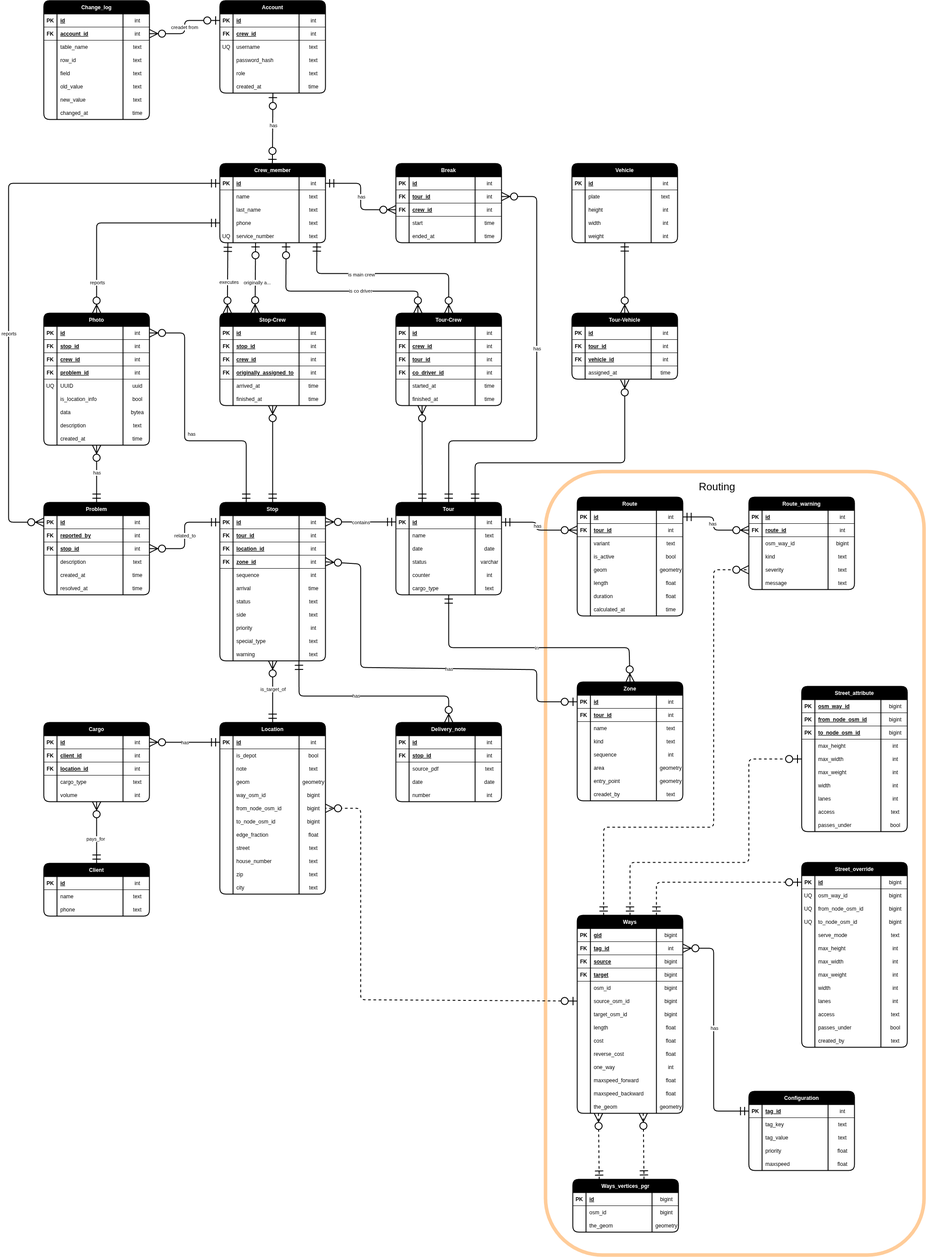
Before: docs/database/erd.drawio.png, a diagram exported from draw.io (gabrielbindi/VoBi-Tour). Source tidied: cells renumbered, new cells last; positions are measured from the earlier drawing's top-left corner, leaving out a move shared by most shapes.
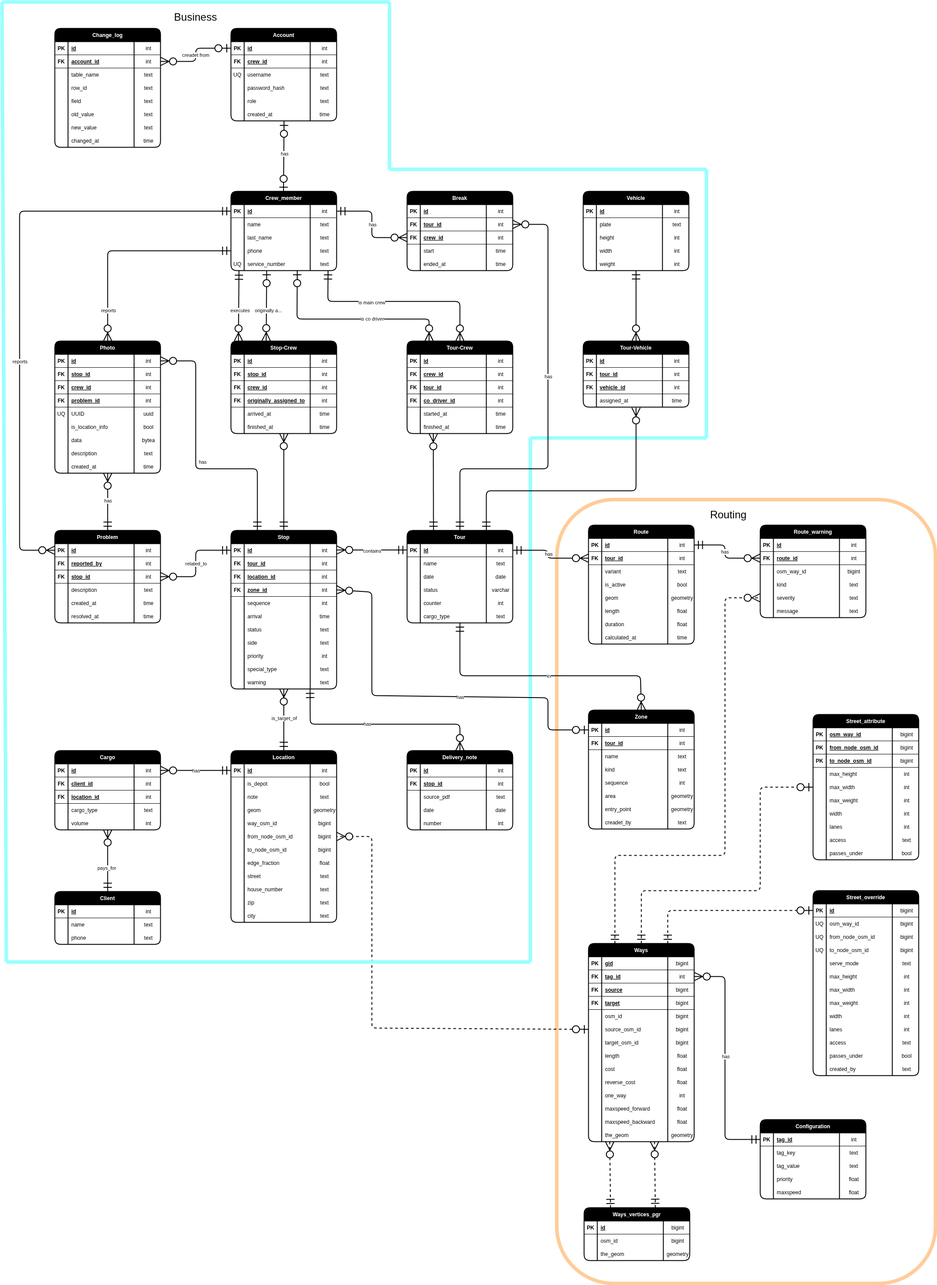
The same diagram one commit later.

Commit message:
#27 addedf new Group Business

What changed in the source:
```diff
@@ -2,6 +2,18 @@
   <root>
     <mxCell id="0" />
     <mxCell id="1" parent="0" />
+    <mxCell id="760" style="endArrow=none;html=1;fontSize=24;strokeWidth=8;strokeColor=#99FFFF;" parent="1" edge="1">
+      <mxGeometry relative="1" as="geometry">
+        <mxPoint x="1160" y="930" as="sourcePoint" />
+        <mxPoint x="1160" y="2120" as="targetPoint" />
+      </mxGeometry>
+    </mxCell>
+    <mxCell id="761" style="endArrow=none;html=1;fontSize=24;strokeWidth=8;strokeColor=#99FFFF;" parent="1" edge="1">
+      <mxGeometry relative="1" as="geometry">
+        <mxPoint x="1560" y="930" as="sourcePoint" />
+        <mxPoint x="1160" y="930" as="targetPoint" />
+      </mxGeometry>
+    </mxCell>
     <mxCell id="2" style="rounded=1;whiteSpace=wrap;html=1;strokeWidth=8;fontSize=24;fillColor=none;glass=0;shadow=0;strokeColor=#FFCC99;" parent="1" vertex="1">
       <mxGeometry x="1220" y="1070" width="860" height="1780" as="geometry" />
     </mxCell>
@@ -2436,5 +2448,44 @@
     <mxCell id="759" value="Routing" style="text;html=1;strokeColor=none;fillColor=none;align=center;verticalAlign=middle;whiteSpace=wrap;rounded=0;strokeWidth=2;fontSize=24;" parent="1" vertex="1">
       <mxGeometry x="1580" y="1090" width="60" height="30" as="geometry" />
     </mxCell>
+    <mxCell id="762" style="endArrow=none;html=1;fontSize=24;strokeWidth=8;strokeColor=#99FFFF;" parent="1" edge="1">
+      <mxGeometry relative="1" as="geometry">
+        <mxPoint x="-40" y="-60" as="sourcePoint" />
+        <mxPoint x="840" y="-60" as="targetPoint" />
+      </mxGeometry>
+    </mxCell>
+    <mxCell id="763" style="endArrow=none;html=1;fontSize=24;strokeWidth=8;strokeColor=#99FFFF;" parent="1" edge="1">
+      <mxGeometry relative="1" as="geometry">
+        <mxPoint x="840" y="-60" as="sourcePoint" />
+        <mxPoint x="840" y="320" as="targetPoint" />
+      </mxGeometry>
+    </mxCell>
+    <mxCell id="764" style="endArrow=none;html=1;fontSize=24;strokeWidth=8;strokeColor=#99FFFF;" parent="1" edge="1">
+      <mxGeometry relative="1" as="geometry">
+        <mxPoint x="1560" y="320" as="sourcePoint" />
+        <mxPoint x="840" y="320" as="targetPoint" />
+      </mxGeometry>
+    </mxCell>
+    <mxCell id="765" style="endArrow=none;html=1;fontSize=24;strokeWidth=8;strokeColor=#99FFFF;" parent="1" edge="1">
+      <mxGeometry relative="1" as="geometry">
+        <mxPoint x="1560" y="320" as="sourcePoint" />
+        <mxPoint x="1560" y="930" as="targetPoint" />
+      </mxGeometry>
+    </mxCell>
+    <mxCell id="766" style="endArrow=none;html=1;fontSize=24;strokeWidth=8;strokeColor=#99FFFF;" parent="1" edge="1">
+      <mxGeometry relative="1" as="geometry">
+        <mxPoint x="-30" y="2120" as="sourcePoint" />
+        <mxPoint x="1160" y="2120" as="targetPoint" />
+      </mxGeometry>
+    </mxCell>
+    <mxCell id="767" style="endArrow=none;html=1;fontSize=24;strokeWidth=8;strokeColor=#99FFFF;" parent="1" edge="1">
+      <mxGeometry relative="1" as="geometry">
+        <mxPoint x="-30" y="2120" as="sourcePoint" />
+        <mxPoint x="-40" y="-60" as="targetPoint" />
+      </mxGeometry>
+    </mxCell>
+    <mxCell id="768" value="Business" style="text;html=1;strokeColor=none;fillColor=none;align=center;verticalAlign=middle;whiteSpace=wrap;rounded=0;strokeWidth=2;fontSize=24;" parent="1" vertex="1">
+      <mxGeometry x="370" y="-40" width="60" height="30" as="geometry" />
+    </mxCell>
   </root>
 </mxGraphModel>
```
